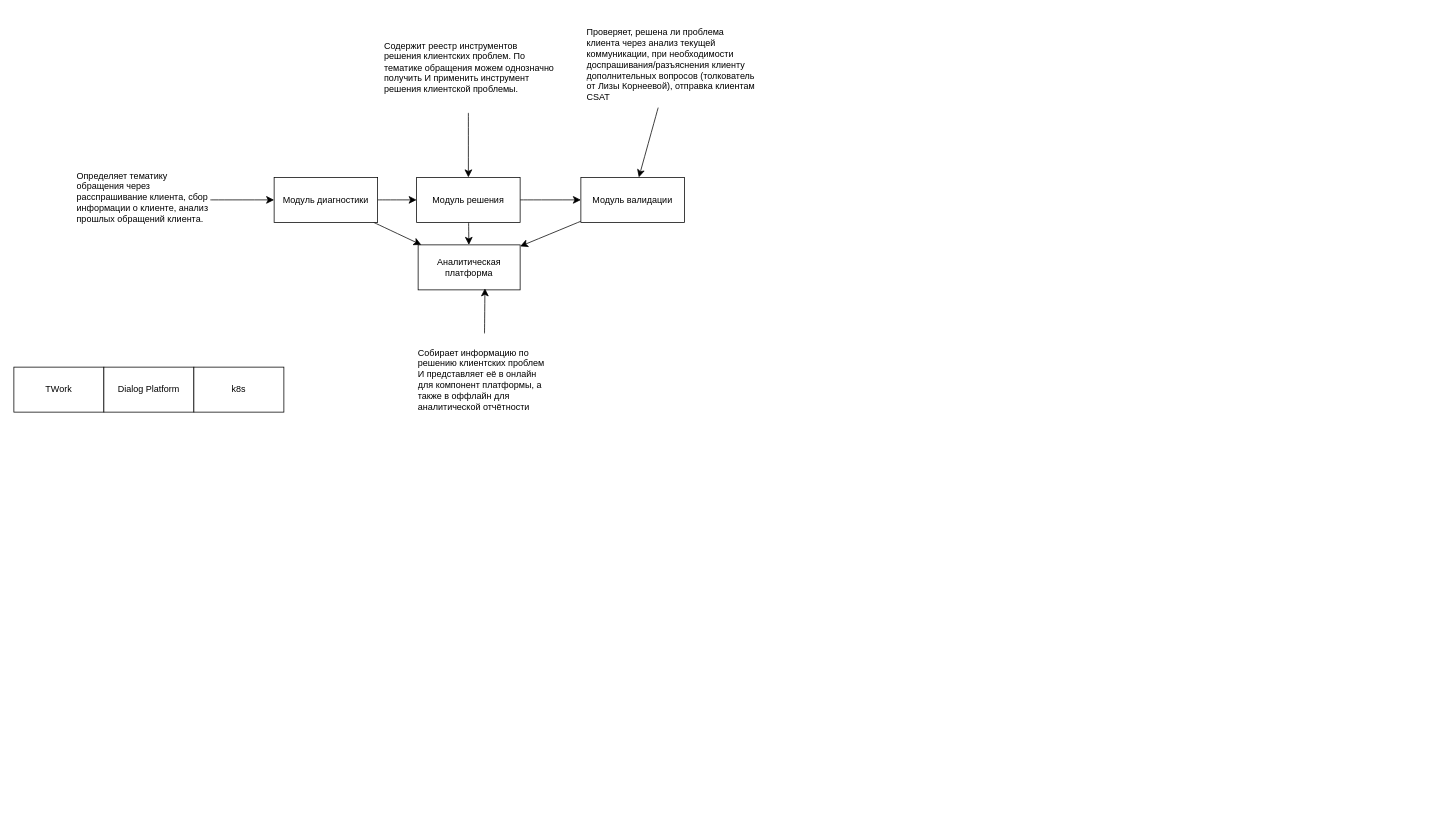
This is concept-arch.drawio from alexAkselrod/alex-akselrod, a draw.io file, before an edit. Source tidied: cells renumbered, new cells numbered last; positions are measured from the earlier drawing's top-left corner, leaving out a move shared by most shapes. Both pictures are drawn from the tidied source at 75%, with x=0, y=0 at pixel (14, 13).
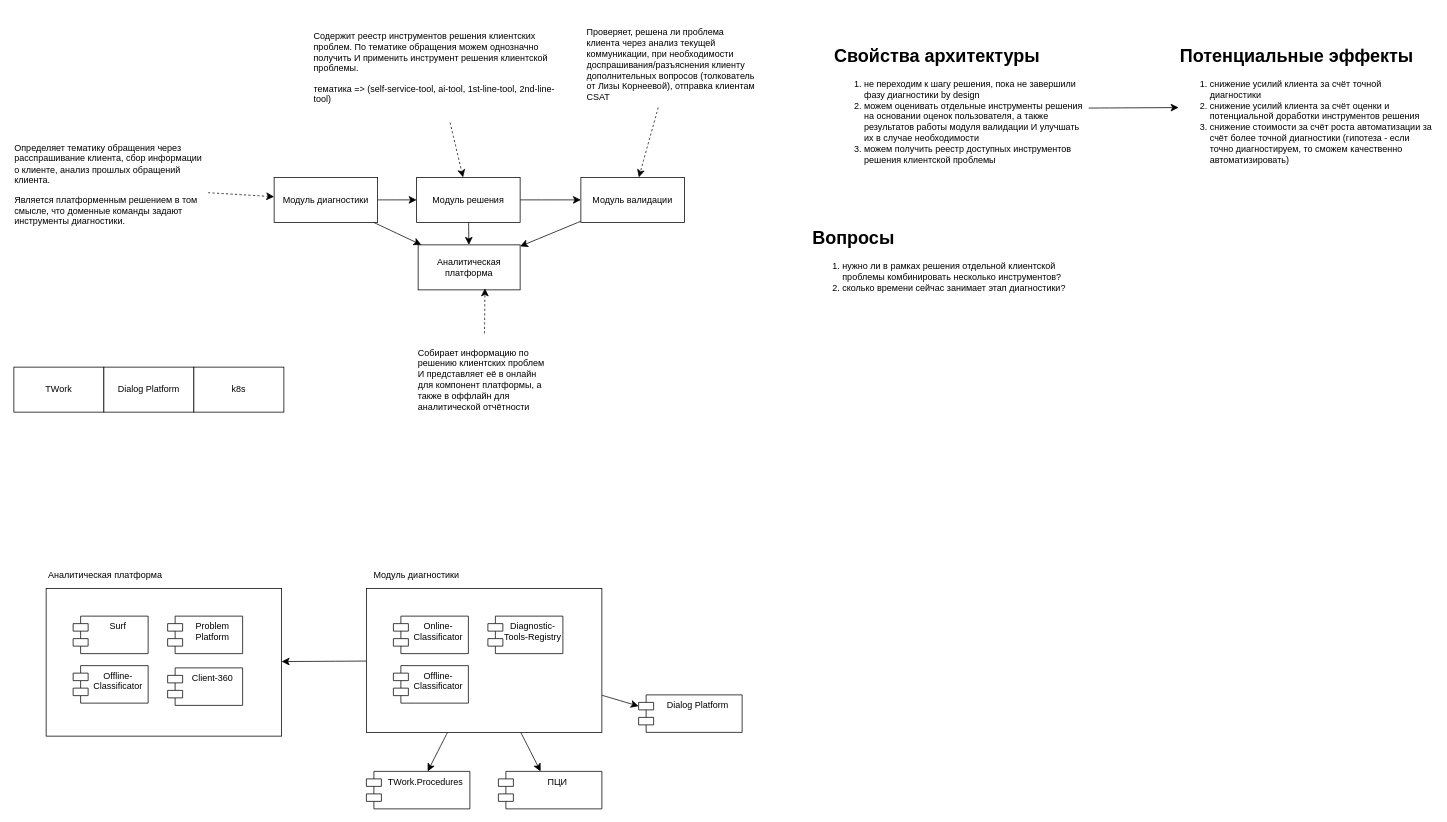
After the change.

Unchanged cells that the change refers to:
```xml
<mxCell id="4" value="Модуль диагностики" style="rounded=0;whiteSpace=wrap;html=1;" parent="1" vertex="1">
  <mxGeometry x="347" y="219" width="138" height="60" as="geometry" />
</mxCell>
<mxCell id="7" value="Модуль решения" style="rounded=0;whiteSpace=wrap;html=1;" parent="1" vertex="1">
  <mxGeometry x="537" y="219" width="138" height="60" as="geometry" />
</mxCell>
<mxCell id="9" value="Модуль валидации" style="rounded=0;whiteSpace=wrap;html=1;" parent="1" vertex="1">
  <mxGeometry x="756" y="219" width="138" height="60" as="geometry" />
</mxCell>
<mxCell id="10" value="Аналитическая платформа" style="rounded=0;whiteSpace=wrap;html=1;" parent="1" vertex="1">
  <mxGeometry x="539" y="309" width="136" height="60" as="geometry" />
</mxCell>
<mxCell id="19" value="&lt;p&gt;Проверяет, решена ли проблема клиента через анализ текущей коммуникации, при необходимости доспрашивания/разъяснения клиенту дополнительных вопросов (толкователь от Лизы Корнеевой), отправка клиентам CSAT&lt;/p&gt;" style="text;html=1;whiteSpace=wrap;overflow=hidden;rounded=0;" parent="1" vertex="1">
  <mxGeometry x="762" width="229" height="126" as="geometry" />
</mxCell>
<mxCell id="20" value="&lt;p&gt;Собирает информацию по решению клиентских проблем И представляет её в онлайн для компонент платформы, а также в оффлайн для аналитической отчётности&lt;/p&gt;" style="text;html=1;whiteSpace=wrap;overflow=hidden;rounded=0;" parent="1" vertex="1">
  <mxGeometry x="537" y="427" width="180" height="116" as="geometry" />
</mxCell>
```

Diff of the diagram source:
```diff
@@
-    <mxCell id="14" style="edgeStyle=none;curved=1;rounded=0;jettySize=auto;html=1;fontSize=12;startSize=8;endSize=8;" parent="1" edge="1" source="15" target="4">
+    <mxCell id="14" style="edgeStyle=none;curved=1;rounded=0;jettySize=auto;html=1;fontSize=12;startSize=8;endSize=8;dashed=1;" parent="1" edge="1" source="15" target="4">
       <mxGeometry relative="1" as="geometry" />
     </mxCell>
-    <mxCell id="15" value="&lt;p&gt;Определяет тематику обращения через расспрашивание клиента, сбор информации о клиенте, анализ прошлых обращений клиента.&amp;nbsp;&lt;/p&gt;" style="text;html=1;whiteSpace=wrap;overflow=hidden;rounded=0;" parent="1" vertex="1">
-      <mxGeometry x="82" y="191" width="180" height="116" as="geometry" />
+    <mxCell id="15" value="&lt;p&gt;Определяет тематику обращения через расспрашивание клиента, сбор информации о клиенте, анализ прошлых обращений клиента.&amp;nbsp;&lt;/p&gt;&lt;p&gt;Является платформенным решением в том смысле, что доменные команды задают инструменты диагностики.&lt;/p&gt;" style="text;html=1;whiteSpace=wrap;overflow=hidden;rounded=0;" parent="1" vertex="1">
+      <mxGeometry x="-1" y="154" width="260" height="155" as="geometry" />
     </mxCell>
-    <mxCell id="16" style="edgeStyle=none;curved=1;rounded=0;jettySize=auto;html=1;fontSize=12;startSize=8;endSize=8;" parent="1" edge="1" source="17" target="7">
+    <mxCell id="16" style="edgeStyle=none;curved=1;rounded=0;jettySize=auto;html=1;fontSize=12;startSize=8;endSize=8;dashed=1;" parent="1" edge="1" source="17" target="7">
       <mxGeometry relative="1" as="geometry" />
     </mxCell>
-    <mxCell id="17" value="&lt;p&gt;Содержит реестр инструментов решения клиентских проблем. По тематике обращения можем однозначно получить И применить инструмент решения клиентской проблемы.&lt;/p&gt;" style="text;html=1;whiteSpace=wrap;overflow=hidden;rounded=0;" parent="1" vertex="1">
-      <mxGeometry x="491.5" y="18" width="229" height="115" as="geometry" />
+    <mxCell id="17" value="&lt;p&gt;Содержит реестр инструментов решения клиентских проблем. По тематике обращения можем однозначно получить И применить инструмент решения клиентской проблемы.&lt;/p&gt;&lt;p&gt;тематика =&amp;gt; (self-service-tool, ai-tool, 1st-line-tool, 2nd-line-tool)&lt;/p&gt;&lt;p&gt;&lt;br&gt;&lt;/p&gt;" style="text;html=1;whiteSpace=wrap;overflow=hidden;rounded=0;" parent="1" vertex="1">
+      <mxGeometry x="398" y="5" width="334" height="141" as="geometry" />
     </mxCell>
-    <mxCell id="18" style="edgeStyle=none;curved=1;rounded=0;jettySize=auto;html=1;fontSize=12;startSize=8;endSize=8;" parent="1" edge="1" source="19" target="9">
+    <mxCell id="18" style="edgeStyle=none;curved=1;rounded=0;jettySize=auto;html=1;fontSize=12;startSize=8;endSize=8;dashed=1;" parent="1" edge="1" source="19" target="9">
       <mxGeometry relative="1" as="geometry" />
     </mxCell>
@@
-    <mxCell id="21" style="edgeStyle=none;curved=1;rounded=0;jettySize=auto;html=1;entryX=0.655;entryY=0.967;entryDx=0;entryDy=0;entryPerimeter=0;fontSize=12;startSize=8;endSize=8;" parent="1" edge="1" source="20" target="10">
+    <mxCell id="21" style="edgeStyle=none;curved=1;rounded=0;jettySize=auto;html=1;entryX=0.655;entryY=0.967;entryDx=0;entryDy=0;entryPerimeter=0;fontSize=12;startSize=8;endSize=8;dashed=1;" parent="1" edge="1" source="20" target="10">
       <mxGeometry relative="1" as="geometry" />
     </mxCell>
+    <mxCell id="22" style="edgeStyle=none;curved=1;rounded=0;jettySize=auto;html=1;fontSize=12;startSize=8;endSize=8;" parent="1" edge="1" source="23" target="25">
+      <mxGeometry relative="1" as="geometry" />
+    </mxCell>
+    <mxCell id="23" value="&lt;h1 style=&quot;margin-top: 0px;&quot;&gt;Свойства архитектуры&lt;/h1&gt;&lt;ol&gt;&lt;li&gt;не переходим к шагу решения, пока не завершили фазу диагностики by design&lt;/li&gt;&lt;li&gt;можем оценивать отдельные инструменты решения на основании оценок пользователя, а также результатов работы модуля валидации И улучшать их в случае необходимости&lt;/li&gt;&lt;li&gt;можем получить реестр доступных инструментов решения клиентской проблемы&lt;/li&gt;&lt;/ol&gt;" style="text;html=1;whiteSpace=wrap;overflow=hidden;rounded=0;" parent="1" vertex="1">
+      <mxGeometry x="1092" y="36" width="341" height="183" as="geometry" />
+    </mxCell>
+    <mxCell id="24" value="&lt;h1 style=&quot;margin-top: 0px;&quot;&gt;Вопросы&lt;/h1&gt;&lt;ol&gt;&lt;li&gt;нужно ли в рамках решения отдельной клиентской проблемы комбинировать несколько инструментов?&lt;/li&gt;&lt;li&gt;сколько времени сейчас занимает этап диагностики?&lt;/li&gt;&lt;/ol&gt;" style="text;html=1;whiteSpace=wrap;overflow=hidden;rounded=0;" parent="1" vertex="1">
+      <mxGeometry x="1063" y="279" width="365" height="147" as="geometry" />
+    </mxCell>
+    <mxCell id="25" value="&lt;h1 style=&quot;margin-top: 0px;&quot;&gt;Потенциальные эффекты&lt;/h1&gt;&lt;ol&gt;&lt;li&gt;снижение усилий клиента за счёт точной диагностики&lt;/li&gt;&lt;li&gt;снижение усилий клиента за счёт оценки и потенциальной доработки инструментов решения&lt;/li&gt;&lt;li&gt;снижение стоимости за счёт роста автоматизации за счёт более точной диагностики (гипотеза - если точно диагностируем, то сможем качественно автоматизировать)&lt;/li&gt;&lt;/ol&gt;" style="text;html=1;whiteSpace=wrap;overflow=hidden;rounded=0;" parent="1" vertex="1">
+      <mxGeometry x="1553" y="36" width="341" height="178" as="geometry" />
+    </mxCell>
+    <mxCell id="26" style="rounded=0;whiteSpace=wrap;html=1;" parent="1" vertex="1">
+      <mxGeometry x="43" y="767" width="314" height="197" as="geometry" />
+    </mxCell>
+    <mxCell id="27" value="Surf" style="shape=module;align=left;spacingLeft=20;align=center;verticalAlign=top;whiteSpace=wrap;html=1;" parent="1" vertex="1">
+      <mxGeometry x="79" y="804" width="100" height="50" as="geometry" />
+    </mxCell>
+    <mxCell id="28" value="Problem Platform" style="shape=module;align=left;spacingLeft=20;align=center;verticalAlign=top;whiteSpace=wrap;html=1;" parent="1" vertex="1">
+      <mxGeometry x="205" y="804" width="100" height="50" as="geometry" />
+    </mxCell>
+    <mxCell id="29" value="Offline-Classificator" style="shape=module;align=left;spacingLeft=20;align=center;verticalAlign=top;whiteSpace=wrap;html=1;" parent="1" vertex="1">
+      <mxGeometry x="79" y="870" width="100" height="50" as="geometry" />
+    </mxCell>
+    <mxCell id="30" value="Client-360" style="shape=module;align=left;spacingLeft=20;align=center;verticalAlign=top;whiteSpace=wrap;html=1;" parent="1" vertex="1">
+      <mxGeometry x="205" y="873" width="100" height="50" as="geometry" />
+    </mxCell>
+    <mxCell id="31" value="Аналитическая платформа" style="text;html=1;whiteSpace=wrap;strokeColor=none;fillColor=none;align=center;verticalAlign=middle;rounded=0;" parent="1" vertex="1">
+      <mxGeometry x="43" y="734" width="158" height="30" as="geometry" />
+    </mxCell>
+    <mxCell id="32" style="edgeStyle=none;curved=1;rounded=0;jettySize=auto;html=1;fontSize=12;startSize=8;endSize=8;" parent="1" edge="1" source="35" target="40">
+      <mxGeometry relative="1" as="geometry" />
+    </mxCell>
+    <mxCell id="33" style="edgeStyle=none;curved=1;rounded=0;jettySize=auto;html=1;fontSize=12;startSize=8;endSize=8;" parent="1" edge="1" source="35" target="41">
+      <mxGeometry relative="1" as="geometry" />
+    </mxCell>
+    <mxCell id="34" style="edgeStyle=none;curved=1;rounded=0;jettySize=auto;html=1;fontSize=12;startSize=8;endSize=8;" parent="1" edge="1" source="35" target="26">
+      <mxGeometry relative="1" as="geometry" />
+    </mxCell>
+    <mxCell id="35" style="rounded=0;whiteSpace=wrap;html=1;" parent="1" vertex="1">
+      <mxGeometry x="470" y="767" width="314" height="192" as="geometry" />
+    </mxCell>
+    <mxCell id="36" value="Online-Classificator" style="shape=module;align=left;spacingLeft=20;align=center;verticalAlign=top;whiteSpace=wrap;html=1;" parent="1" vertex="1">
+      <mxGeometry x="506" y="804" width="100" height="50" as="geometry" />
+    </mxCell>
+    <mxCell id="37" value="Diagnostic-Tools-Registry" style="shape=module;align=left;spacingLeft=20;align=center;verticalAlign=top;whiteSpace=wrap;html=1;" parent="1" vertex="1">
+      <mxGeometry x="632" y="804" width="100" height="50" as="geometry" />
+    </mxCell>
+    <mxCell id="38" value="Offline-Classificator" style="shape=module;align=left;spacingLeft=20;align=center;verticalAlign=top;whiteSpace=wrap;html=1;" parent="1" vertex="1">
+      <mxGeometry x="506" y="870" width="100" height="50" as="geometry" />
+    </mxCell>
+    <mxCell id="39" value="Модуль диагностики" style="text;html=1;whiteSpace=wrap;strokeColor=none;fillColor=none;align=center;verticalAlign=middle;rounded=0;" parent="1" vertex="1">
+      <mxGeometry x="470" y="734" width="134" height="30" as="geometry" />
+    </mxCell>
+    <mxCell id="40" value="TWork.Procedures" style="shape=module;align=left;spacingLeft=20;align=center;verticalAlign=top;whiteSpace=wrap;html=1;" parent="1" vertex="1">
+      <mxGeometry x="470" y="1011" width="138" height="50" as="geometry" />
+    </mxCell>
+    <mxCell id="41" value="ПЦИ" style="shape=module;align=left;spacingLeft=20;align=center;verticalAlign=top;whiteSpace=wrap;html=1;" parent="1" vertex="1">
+      <mxGeometry x="646" y="1011" width="138" height="50" as="geometry" />
+    </mxCell>
+    <mxCell id="42" value="Dialog Platform" style="shape=module;align=left;spacingLeft=20;align=center;verticalAlign=top;whiteSpace=wrap;html=1;" parent="1" vertex="1">
+      <mxGeometry x="833" y="909" width="138" height="50" as="geometry" />
+    </mxCell>
+    <mxCell id="43" style="edgeStyle=none;curved=1;rounded=0;jettySize=auto;html=1;entryX=0;entryY=0;entryDx=0;entryDy=15;entryPerimeter=0;fontSize=12;startSize=8;endSize=8;" parent="1" edge="1" source="35" target="42">
+      <mxGeometry relative="1" as="geometry" />
+    </mxCell>
```
